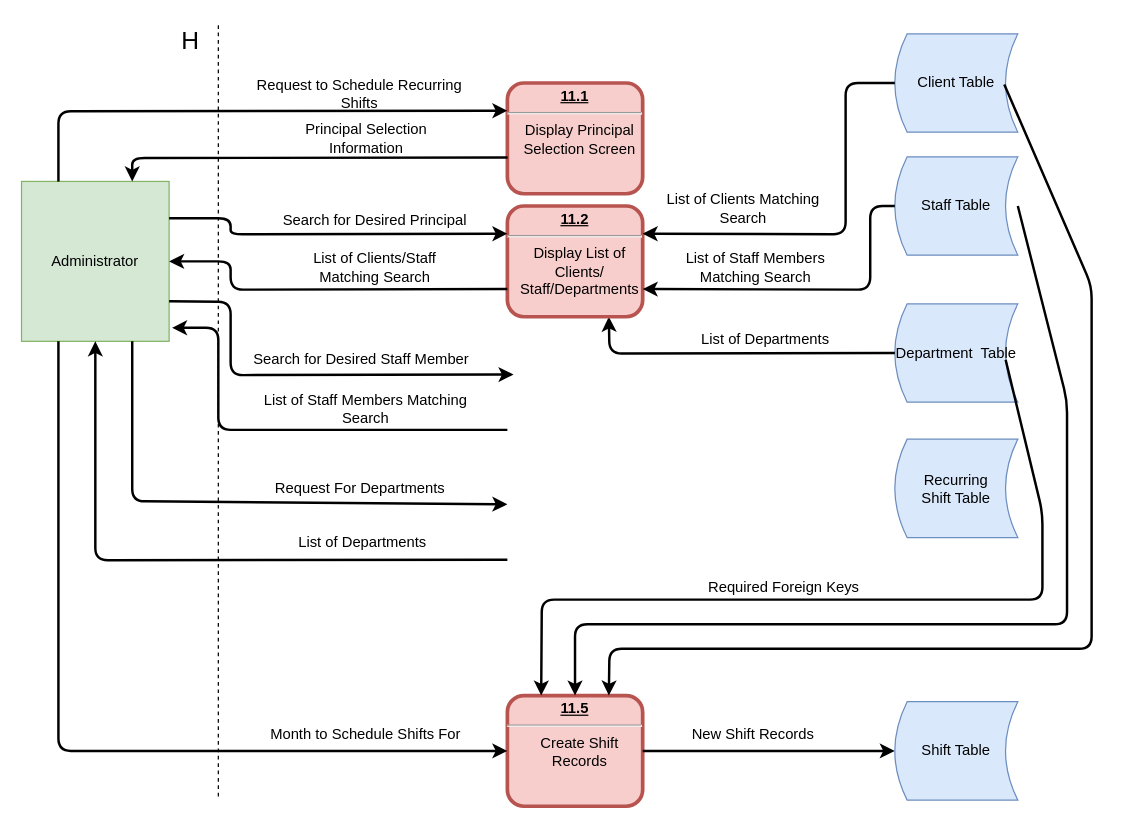
Earlier version of the draw.io diagram page "11: Schedule Recurring Shifts" (12 of 20) of Diagrams/DFD/Level 1 DFDs.drawio (Harlento/SchedulingSystem). Source tidied: cells renumbered, new cells numbered last; positions are measured from the earlier drawing's top-left corner, leaving out a move shared by most shapes. Both pictures are drawn from the tidied source at 123%, with x=0, y=0 at pixel (21, 21).
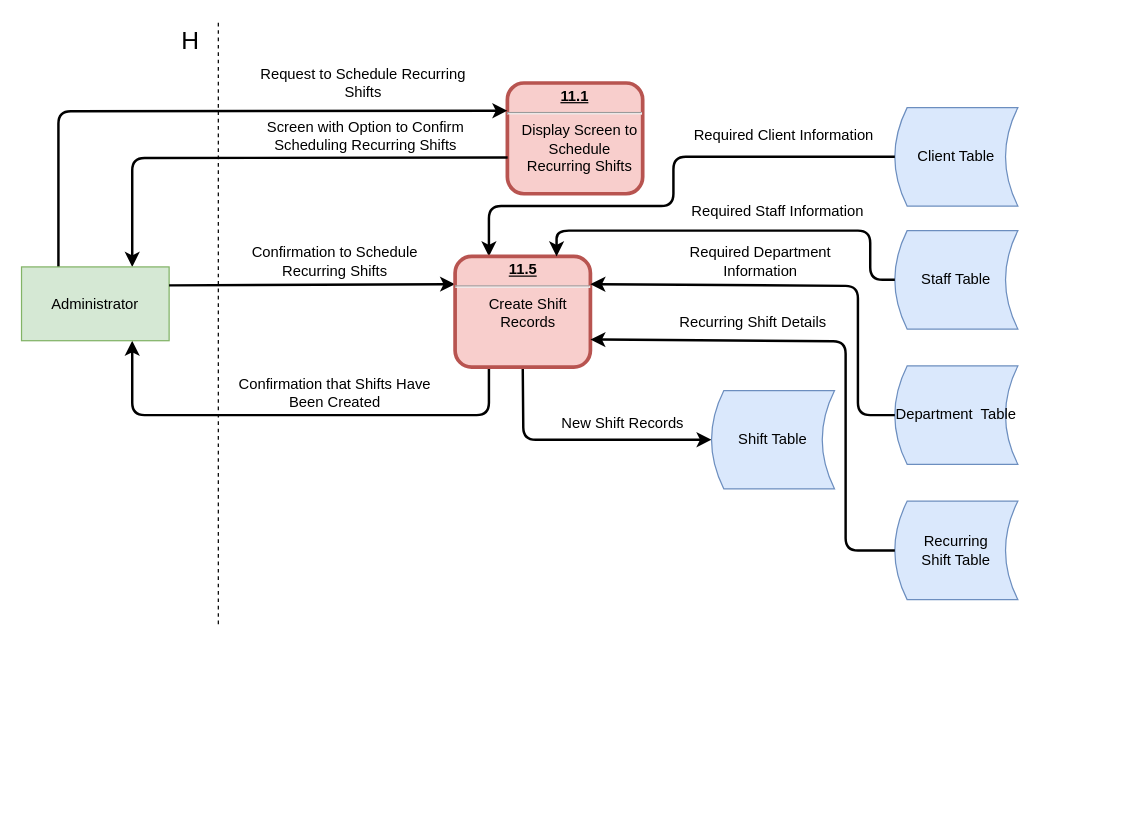
After the change.

The edit, as a diff of the source:
```diff
@@
     <mxCell id="2" value="Department&amp;nbsp; Table" style="shape=dataStorage;whiteSpace=wrap;html=1;fillColor=#dae8fc;strokeColor=#6c8ebf;" parent="1" vertex="1">
-      <mxGeometry x="710" y="229.5" width="100" height="80" as="geometry" />
+      <mxGeometry x="710" y="280" width="100" height="80" as="geometry" />
     </mxCell>
-    <mxCell id="3" value="Administrator" style="rounded=0;whiteSpace=wrap;html=1;fillColor=#d5e8d4;strokeColor=#82b366;" parent="1" vertex="1">
-      <mxGeometry y="130" width="120" height="130" as="geometry" />
-    </mxCell>
     <mxCell id="4" style="endArrow=none;dashed=1;html=1;" parent="1" edge="1">
       <mxGeometry relative="1" as="geometry">
-        <mxPoint x="160" y="630" as="sourcePoint" />
+        <mxPoint x="160" y="490" as="sourcePoint" />
         <mxPoint x="160" as="targetPoint" />
       </mxGeometry>
     </mxCell>
-    <mxCell id="5" value="&lt;p style=&quot;margin: 0px ; margin-top: 4px ; text-align: center ; text-decoration: underline&quot;&gt;11.1&lt;/p&gt;&lt;hr&gt;&lt;p style=&quot;margin: 0px ; margin-left: 8px&quot;&gt;&lt;span style=&quot;font-weight: 400 ; white-space: normal&quot;&gt;Display Principal Selection Screen&lt;/span&gt;&lt;/p&gt;" style="verticalAlign=middle;align=center;overflow=fill;fontSize=12;fontFamily=Helvetica;html=1;rounded=1;fontStyle=1;strokeWidth=3;fillColor=#f8cecc;strokeColor=#b85450;" parent="1" vertex="1">
+    <mxCell id="5" value="&lt;p style=&quot;margin: 0px ; margin-top: 4px ; text-align: center ; text-decoration: underline&quot;&gt;11.1&lt;/p&gt;&lt;hr&gt;&lt;p style=&quot;margin: 0px ; margin-left: 8px&quot;&gt;&lt;span style=&quot;font-weight: 400 ; white-space: normal&quot;&gt;Display Screen to Schedule Recurring Shifts&lt;/span&gt;&lt;/p&gt;" style="verticalAlign=middle;align=center;overflow=fill;fontSize=12;fontFamily=Helvetica;html=1;rounded=1;fontStyle=1;strokeWidth=3;fillColor=#f8cecc;strokeColor=#b85450;" parent="1" vertex="1">
       <mxGeometry x="395" y="50" width="110" height="90" as="geometry" />
     </mxCell>
@@
     <mxCell id="7" value="Request to Schedule Recurring Shifts" style="text;html=1;strokeColor=none;fillColor=none;align=center;verticalAlign=middle;whiteSpace=wrap;rounded=0;" parent="1" vertex="1">
-      <mxGeometry x="190" y="44" width="170" height="30" as="geometry" />
+      <mxGeometry x="192.5" y="35" width="170" height="30" as="geometry" />
     </mxCell>
-    <mxCell id="8" value="Principal Selection Information" style="text;html=1;strokeColor=none;fillColor=none;align=center;verticalAlign=middle;whiteSpace=wrap;rounded=0;" parent="1" vertex="1">
-      <mxGeometry x="202.5" y="80" width="155" height="30" as="geometry" />
-    </mxCell>
@@
-    <mxCell id="10" style="endArrow=classic;html=1;strokeWidth=2;exitX=0;exitY=0.5;exitDx=0;exitDy=0;entryX=0.75;entryY=1;entryDx=0;entryDy=0;" parent="1" edge="1" source="2" target="23">
-      <mxGeometry relative="1" as="geometry">
-        <Array as="points">
-          <mxPoint x="478" y="270" />
-        </Array>
-      </mxGeometry>
-    </mxCell>
-    <mxCell id="11" value="List of Departments" style="text;html=1;strokeColor=none;fillColor=none;align=center;verticalAlign=middle;whiteSpace=wrap;rounded=0;" parent="1" vertex="1">
-      <mxGeometry x="525" y="249" width="160" height="20" as="geometry" />
-    </mxCell>
-    <mxCell id="12" style="endArrow=classic;html=1;strokeWidth=2;entryX=0;entryY=0.25;entryDx=0;entryDy=0;exitX=0.75;exitY=1;exitDx=0;exitDy=0;" parent="1" edge="1" source="3">
-      <mxGeometry relative="1" as="geometry">
-        <mxPoint x="395" y="392.5" as="targetPoint" />
-        <Array as="points">
-          <mxPoint x="90" y="390" />
-        </Array>
-      </mxGeometry>
-    </mxCell>
-    <mxCell id="13" value="Request For Departments" style="text;html=1;strokeColor=none;fillColor=none;align=center;verticalAlign=middle;whiteSpace=wrap;rounded=0;" parent="1" vertex="1">
-      <mxGeometry x="197.5" y="364.5" width="155" height="30" as="geometry" />
-    </mxCell>
-    <mxCell id="14" style="endArrow=classic;html=1;strokeWidth=2;exitX=0;exitY=0.75;exitDx=0;exitDy=0;entryX=0.5;entryY=1;entryDx=0;entryDy=0;" parent="1" edge="1" target="3">
+    <mxCell id="14" style="endArrow=classic;html=1;strokeWidth=2;exitX=0.25;exitY=1;exitDx=0;exitDy=0;entryX=0.75;entryY=1;entryDx=0;entryDy=0;" parent="1" edge="1" source="16" target="3">
       <mxGeometry relative="1" as="geometry">
-        <mxPoint x="395" y="437.5" as="sourcePoint" />
         <Array as="points">
-          <mxPoint x="60" y="438" />
+          <mxPoint x="380" y="320" />
+          <mxPoint x="90" y="320" />
         </Array>
       </mxGeometry>
     </mxCell>
-    <mxCell id="15" value="List of Departments" style="text;html=1;strokeColor=none;fillColor=none;align=center;verticalAlign=middle;whiteSpace=wrap;rounded=0;" parent="1" vertex="1">
-      <mxGeometry x="210" y="413.5" width="135" height="20" as="geometry" />
-    </mxCell>
-    <mxCell id="16" value="&lt;p style=&quot;margin: 0px ; margin-top: 4px ; text-align: center ; text-decoration: underline&quot;&gt;11.5&lt;/p&gt;&lt;hr&gt;&lt;p style=&quot;margin: 0px 0px 0px 8px&quot;&gt;&lt;span style=&quot;font-weight: 400 ; white-space: normal&quot;&gt;Create Shift Records&lt;/span&gt;&lt;/p&gt;" style="verticalAlign=middle;align=center;overflow=fill;fontSize=12;fontFamily=Helvetica;html=1;rounded=1;fontStyle=1;strokeWidth=3;fillColor=#f8cecc;strokeColor=#b85450;" parent="1" vertex="1">
-      <mxGeometry x="395" y="548" width="110" height="90" as="geometry" />
-    </mxCell>
-    <mxCell id="17" style="endArrow=classic;html=1;strokeWidth=2;exitX=1;exitY=0.5;exitDx=0;exitDy=0;entryX=0;entryY=0.5;entryDx=0;entryDy=0;" parent="1" edge="1" source="16" target="36">
-      <mxGeometry relative="1" as="geometry" />
+    <mxCell id="17" style="endArrow=classic;html=1;strokeWidth=2;exitX=0.5;exitY=1;exitDx=0;exitDy=0;entryX=0;entryY=0.5;entryDx=0;entryDy=0;" parent="1" edge="1" source="16" target="36">
+      <mxGeometry relative="1" as="geometry">
+        <Array as="points">
+          <mxPoint x="408" y="340" />
+        </Array>
+      </mxGeometry>
     </mxCell>
     <mxCell id="18" value="New Shift Records" style="text;html=1;strokeColor=none;fillColor=none;align=center;verticalAlign=middle;whiteSpace=wrap;rounded=0;" parent="1" vertex="1">
-      <mxGeometry x="516" y="570" width="157.5" height="20" as="geometry" />
+      <mxGeometry x="410" y="316.5" width="157.5" height="20" as="geometry" />
     </mxCell>
-    <mxCell id="19" style="endArrow=classic;html=1;strokeWidth=2;entryX=0;entryY=0.5;entryDx=0;entryDy=0;" parent="1" edge="1" target="16">
-      <mxGeometry relative="1" as="geometry">
-        <mxPoint x="30" y="260" as="sourcePoint" />
-        <Array as="points">
-          <mxPoint x="30" y="593" />
-        </Array>
-      </mxGeometry>
-    </mxCell>
-    <mxCell id="20" value="Month to Schedule Shifts For" style="text;html=1;strokeColor=none;fillColor=none;align=center;verticalAlign=middle;whiteSpace=wrap;rounded=0;" parent="1" vertex="1">
-      <mxGeometry x="180" y="565" width="200" height="30" as="geometry" />
-    </mxCell>
@@
     <mxCell id="22" value="Client Table" style="shape=dataStorage;whiteSpace=wrap;html=1;fillColor=#dae8fc;strokeColor=#6c8ebf;" parent="1" vertex="1">
-      <mxGeometry x="710" y="10" width="100" height="80" as="geometry" />
+      <mxGeometry x="710" y="70" width="100" height="80" as="geometry" />
     </mxCell>
-    <mxCell id="23" value="&lt;p style=&quot;margin: 0px ; margin-top: 4px ; text-align: center ; text-decoration: underline&quot;&gt;11.2&lt;/p&gt;&lt;hr&gt;&lt;p style=&quot;margin: 0px ; margin-left: 8px&quot;&gt;&lt;span style=&quot;font-weight: 400 ; white-space: normal&quot;&gt;Display List of Clients/ Staff/Departments&lt;/span&gt;&lt;/p&gt;" style="verticalAlign=middle;align=center;overflow=fill;fontSize=12;fontFamily=Helvetica;html=1;rounded=1;fontStyle=1;strokeWidth=3;fillColor=#f8cecc;strokeColor=#b85450;" parent="1" vertex="1">
-      <mxGeometry x="395" y="150" width="110" height="90" as="geometry" />
-    </mxCell>
-    <mxCell id="24" style="endArrow=classic;html=1;strokeWidth=2;entryX=1;entryY=0.25;entryDx=0;entryDy=0;exitX=0;exitY=0.5;exitDx=0;exitDy=0;" parent="1" edge="1" source="22" target="23">
-      <mxGeometry relative="1" as="geometry">
-        <Array as="points">
-          <mxPoint x="670" y="50" />
-          <mxPoint x="670" y="173" />
-        </Array>
-      </mxGeometry>
-    </mxCell>
-    <mxCell id="25" style="endArrow=classic;html=1;strokeWidth=2;entryX=0;entryY=0.25;entryDx=0;entryDy=0;" parent="1" edge="1" target="23">
-      <mxGeometry relative="1" as="geometry">
-        <mxPoint x="120" y="160" as="sourcePoint" />
-        <Array as="points">
-          <mxPoint x="170" y="160" />
-          <mxPoint x="170" y="173" />
-        </Array>
-      </mxGeometry>
-    </mxCell>
-    <mxCell id="26" value="List of Clients Matching Search" style="text;html=1;strokeColor=none;fillColor=none;align=center;verticalAlign=middle;whiteSpace=wrap;rounded=0;" parent="1" vertex="1">
-      <mxGeometry x="516" y="147" width="141.5" height="10" as="geometry" />
-    </mxCell>
-    <mxCell id="27" value="Search for Desired Principal" style="text;html=1;strokeColor=none;fillColor=none;align=center;verticalAlign=middle;whiteSpace=wrap;rounded=0;" parent="1" vertex="1">
-      <mxGeometry x="210" y="147" width="155" height="30" as="geometry" />
-    </mxCell>
-    <mxCell id="28" style="endArrow=classic;html=1;strokeWidth=2;exitX=0;exitY=0.75;exitDx=0;exitDy=0;entryX=1;entryY=0.5;entryDx=0;entryDy=0;" parent="1" edge="1" source="23" target="3">
-      <mxGeometry relative="1" as="geometry">
-        <Array as="points">
-          <mxPoint x="170" y="218" />
-          <mxPoint x="170" y="195" />
-        </Array>
-      </mxGeometry>
-    </mxCell>
-    <mxCell id="29" value="List of Clients/Staff Matching Search" style="text;html=1;strokeColor=none;fillColor=none;align=center;verticalAlign=middle;whiteSpace=wrap;rounded=0;" parent="1" vertex="1">
-      <mxGeometry x="220" y="190" width="135" height="20" as="geometry" />
-    </mxCell>
     <mxCell id="30" value="Staff Table" style="shape=dataStorage;whiteSpace=wrap;html=1;fillColor=#dae8fc;strokeColor=#6c8ebf;" parent="1" vertex="1">
-      <mxGeometry x="710" y="110" width="100" height="80" as="geometry" />
+      <mxGeometry x="710" y="170" width="100" height="80" as="geometry" />
     </mxCell>
-    <mxCell id="31" style="endArrow=classic;html=1;strokeWidth=2;exitX=1;exitY=0.75;exitDx=0;exitDy=0;" parent="1" edge="1" source="3">
-      <mxGeometry relative="1" as="geometry">
-        <mxPoint x="400" y="287" as="targetPoint" />
-        <Array as="points">
-          <mxPoint x="170" y="228" />
-          <mxPoint x="170" y="287.5" />
-        </Array>
-      </mxGeometry>
-    </mxCell>
-    <mxCell id="32" value="List of Staff Members Matching Search" style="text;html=1;strokeColor=none;fillColor=none;align=center;verticalAlign=middle;whiteSpace=wrap;rounded=0;" parent="1" vertex="1">
-      <mxGeometry x="519.5" y="190" width="154" height="20" as="geometry" />
-    </mxCell>
-    <mxCell id="33" value="Search for Desired Staff Member" style="text;html=1;strokeColor=none;fillColor=none;align=center;verticalAlign=middle;whiteSpace=wrap;rounded=0;" parent="1" vertex="1">
-      <mxGeometry x="184" y="259.5" width="185" height="30" as="geometry" />
-    </mxCell>
-    <mxCell id="34" style="endArrow=classic;html=1;strokeWidth=2;entryX=1.02;entryY=0.915;entryDx=0;entryDy=0;entryPerimeter=0;" parent="1" edge="1" target="3">
-      <mxGeometry relative="1" as="geometry">
-        <mxPoint x="395" y="332" as="sourcePoint" />
-        <Array as="points">
-          <mxPoint x="160" y="332" />
-          <mxPoint x="160" y="249" />
-        </Array>
-      </mxGeometry>
-    </mxCell>
-    <mxCell id="35" value="List of Staff Members Matching Search" style="text;html=1;strokeColor=none;fillColor=none;align=center;verticalAlign=middle;whiteSpace=wrap;rounded=0;" parent="1" vertex="1">
-      <mxGeometry x="180" y="304.5" width="200" height="20" as="geometry" />
-    </mxCell>
     <mxCell id="36" value="Shift Table" style="shape=dataStorage;whiteSpace=wrap;html=1;fillColor=#dae8fc;strokeColor=#6c8ebf;" parent="1" vertex="1">
-      <mxGeometry x="710" y="553" width="100" height="80" as="geometry" />
+      <mxGeometry x="561" y="300" width="100" height="80" as="geometry" />
     </mxCell>
-    <mxCell id="37" style="endArrow=classic;html=1;strokeWidth=2;entryX=0.75;entryY=0;entryDx=0;entryDy=0;exitX=0.89;exitY=0.514;exitDx=0;exitDy=0;exitPerimeter=0;" parent="1" edge="1" source="22" target="16">
+    <mxCell id="37" style="endArrow=classic;html=1;strokeWidth=2;entryX=0.25;entryY=0;entryDx=0;entryDy=0;exitX=0;exitY=0.5;exitDx=0;exitDy=0;" parent="1" edge="1" source="22" target="16">
       <mxGeometry relative="1" as="geometry">
         <Array as="points">
-          <mxPoint x="870" y="215" />
-          <mxPoint x="870" y="510" />
-          <mxPoint x="478" y="510" />
+          <mxPoint x="530" y="110" />
+          <mxPoint x="530" y="150" />
+          <mxPoint x="380" y="150" />
         </Array>
       </mxGeometry>
     </mxCell>
+    <mxCell id="42" value="Recurring&lt;br&gt;Shift Table" style="shape=dataStorage;whiteSpace=wrap;html=1;fillColor=#dae8fc;strokeColor=#6c8ebf;" parent="1" vertex="1">
+      <mxGeometry x="710" y="390" width="100" height="80" as="geometry" />
+    </mxCell>
+    <mxCell id="43" value="Screen with Option to Confirm Scheduling Recurring Shifts" style="text;html=1;strokeColor=none;fillColor=none;align=center;verticalAlign=middle;whiteSpace=wrap;rounded=0;" parent="1" vertex="1">
+      <mxGeometry x="195" y="78" width="170" height="30" as="geometry" />
+    </mxCell>
+    <mxCell id="3" value="Administrator" style="rounded=0;whiteSpace=wrap;html=1;fillColor=#d5e8d4;strokeColor=#82b366;" parent="1" vertex="1">
+      <mxGeometry y="199.5" width="120" height="60" as="geometry" />
+    </mxCell>
+    <mxCell id="44" style="endArrow=classic;html=1;strokeWidth=2;entryX=0;entryY=0.25;entryDx=0;entryDy=0;exitX=1;exitY=0.25;exitDx=0;exitDy=0;" parent="1" edge="1" source="3" target="16">
+      <mxGeometry relative="1" as="geometry" />
+    </mxCell>
+    <mxCell id="45" value="Confirmation to Schedule Recurring Shifts" style="text;html=1;strokeColor=none;fillColor=none;align=center;verticalAlign=middle;whiteSpace=wrap;rounded=0;" parent="1" vertex="1">
+      <mxGeometry x="170" y="180" width="170" height="30" as="geometry" />
+    </mxCell>
+    <mxCell id="16" value="&lt;p style=&quot;margin: 0px ; margin-top: 4px ; text-align: center ; text-decoration: underline&quot;&gt;11.5&lt;/p&gt;&lt;hr&gt;&lt;p style=&quot;margin: 0px 0px 0px 8px&quot;&gt;&lt;span style=&quot;font-weight: 400 ; white-space: normal&quot;&gt;Create Shift Records&lt;/span&gt;&lt;/p&gt;" style="verticalAlign=middle;align=center;overflow=fill;fontSize=12;fontFamily=Helvetica;html=1;rounded=1;fontStyle=1;strokeWidth=3;fillColor=#f8cecc;strokeColor=#b85450;" parent="1" vertex="1">
+      <mxGeometry x="352.5" y="191" width="110" height="90" as="geometry" />
+    </mxCell>
+    <mxCell id="46" value="Required Client Information" style="text;html=1;strokeColor=none;fillColor=none;align=center;verticalAlign=middle;whiteSpace=wrap;rounded=0;" parent="1" vertex="1">
+      <mxGeometry x="535" y="78" width="170" height="30" as="geometry" />
+    </mxCell>
-    <mxCell id="38" style="endArrow=classic;html=1;strokeWidth=2;entryX=0.5;entryY=0;entryDx=0;entryDy=0;exitX=1;exitY=0.5;exitDx=0;exitDy=0;" parent="1" edge="1" source="30" target="16">
+    <mxCell id="38" style="endArrow=classic;html=1;strokeWidth=2;entryX=0.75;entryY=0;entryDx=0;entryDy=0;exitX=0;exitY=0.5;exitDx=0;exitDy=0;" parent="1" edge="1" source="30" target="16">
       <mxGeometry relative="1" as="geometry">
         <Array as="points">
-          <mxPoint x="850" y="308" />
-          <mxPoint x="850" y="490" />
-          <mxPoint x="450" y="490" />
+          <mxPoint x="690" y="210" />
+          <mxPoint x="690" y="170" />
+          <mxPoint x="435" y="170" />
         </Array>
       </mxGeometry>
     </mxCell>
+    <mxCell id="47" value="Required Staff Information" style="text;html=1;strokeColor=none;fillColor=none;align=center;verticalAlign=middle;whiteSpace=wrap;rounded=0;" parent="1" vertex="1">
+      <mxGeometry x="530" y="140" width="170" height="30" as="geometry" />
+    </mxCell>
-    <mxCell id="39" style="endArrow=classic;html=1;strokeWidth=2;entryX=0.25;entryY=0;entryDx=0;entryDy=0;exitX=0.901;exitY=0.569;exitDx=0;exitDy=0;exitPerimeter=0;" parent="1" edge="1" source="2" target="16">
+    <mxCell id="39" style="endArrow=classic;html=1;strokeWidth=2;entryX=1;entryY=0.25;entryDx=0;entryDy=0;exitX=0;exitY=0.5;exitDx=0;exitDy=0;" parent="1" edge="1" source="2" target="16">
       <mxGeometry relative="1" as="geometry">
         <Array as="points">
-          <mxPoint x="830" y="399" />
-          <mxPoint x="830" y="470" />
-          <mxPoint x="423" y="470" />
+          <mxPoint x="680" y="320" />
+          <mxPoint x="680" y="215" />
         </Array>
       </mxGeometry>
     </mxCell>
-    <mxCell id="40" value="Required Foreign Keys" style="text;html=1;strokeColor=none;fillColor=none;align=center;verticalAlign=middle;whiteSpace=wrap;rounded=0;" parent="1" vertex="1">
-      <mxGeometry x="540" y="450" width="160" height="20" as="geometry" />
-    </mxCell>
-    <mxCell id="41" style="endArrow=classic;html=1;strokeWidth=2;exitX=0;exitY=0.5;exitDx=0;exitDy=0;entryX=1;entryY=0.75;entryDx=0;entryDy=0;" parent="1" edge="1" source="30" target="23">
-      <mxGeometry relative="1" as="geometry">
-        <Array as="points">
-          <mxPoint x="690" y="150" />
-          <mxPoint x="690" y="218" />
-        </Array>
-      </mxGeometry>
-    </mxCell>
-    <mxCell id="42" value="Recurring&lt;br&gt;Shift Table" style="shape=dataStorage;whiteSpace=wrap;html=1;fillColor=#dae8fc;strokeColor=#6c8ebf;" parent="1" vertex="1">
-      <mxGeometry x="710" y="339.5" width="100" height="80" as="geometry" />
-    </mxCell>
+    <mxCell id="48" value="Required Department Information" style="text;html=1;strokeColor=none;fillColor=none;align=center;verticalAlign=middle;whiteSpace=wrap;rounded=0;" parent="1" vertex="1">
+      <mxGeometry x="516" y="180" width="170" height="30" as="geometry" />
+    </mxCell>
+    <mxCell id="49" style="endArrow=classic;html=1;strokeWidth=2;entryX=1;entryY=0.75;entryDx=0;entryDy=0;exitX=0;exitY=0.5;exitDx=0;exitDy=0;" parent="1" edge="1" source="42" target="16">
+      <mxGeometry relative="1" as="geometry">
+        <Array as="points">
+          <mxPoint x="670" y="430" />
+          <mxPoint x="670" y="260" />
+        </Array>
+      </mxGeometry>
+    </mxCell>
+    <mxCell id="50" value="Recurring Shift Details" style="text;html=1;strokeColor=none;fillColor=none;align=center;verticalAlign=middle;whiteSpace=wrap;rounded=0;" parent="1" vertex="1">
+      <mxGeometry x="509.8" y="229.5" width="170" height="30" as="geometry" />
+    </mxCell>
+    <mxCell id="51" value="Confirmation that Shifts Have Been Created" style="text;html=1;strokeColor=none;fillColor=none;align=center;verticalAlign=middle;whiteSpace=wrap;rounded=0;" parent="1" vertex="1">
+      <mxGeometry x="170" y="286.5" width="170" height="30" as="geometry" />
+    </mxCell>
```
